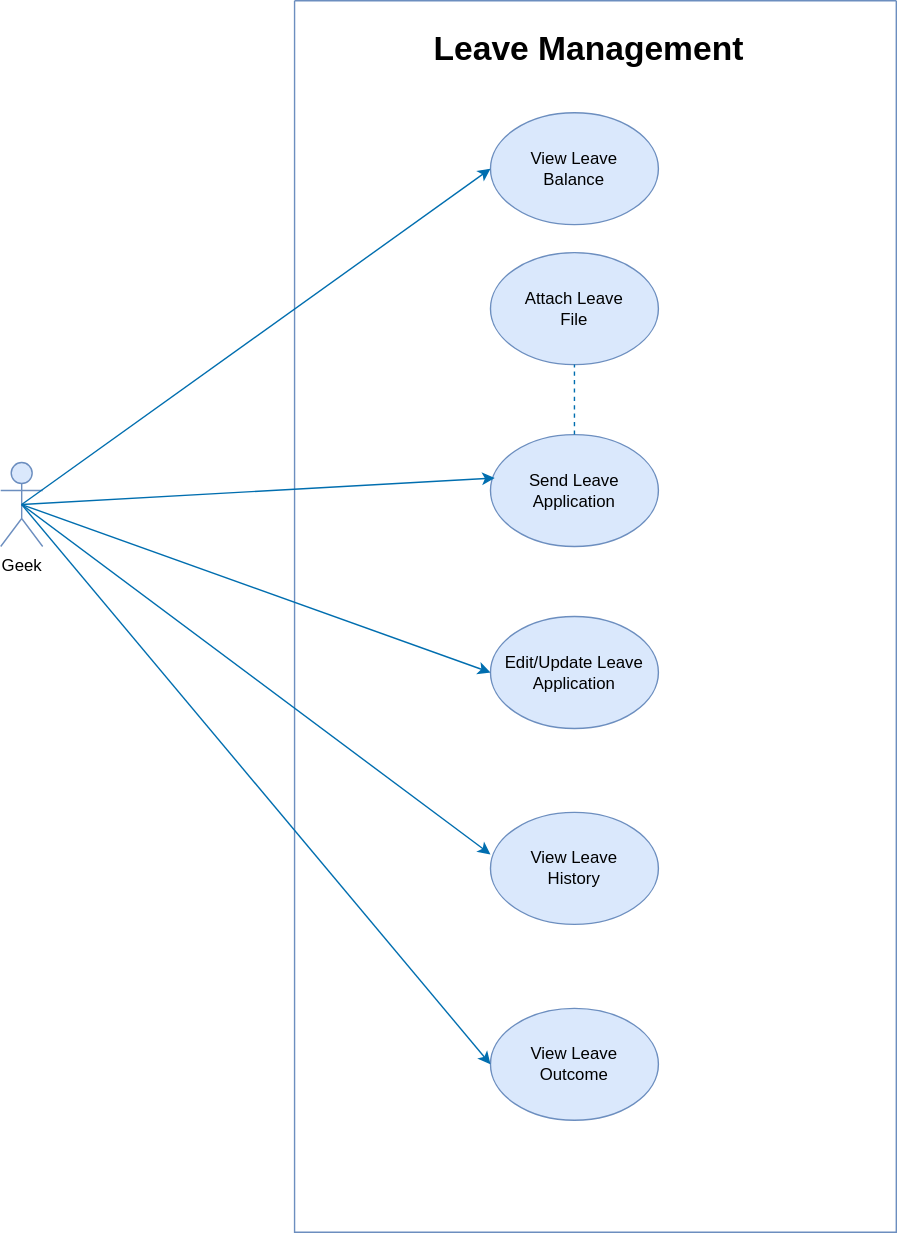
This is UseCase/Leave-Management.drawio.svg from tshegofatso-motlhakane/LeaveManagement--Documentation, a draw.io export, as it was before one commit. Source tidied: cells renumbered, new cells last; positions are measured from the earlier drawing's top-left corner, leaving out a move shared by most shapes.
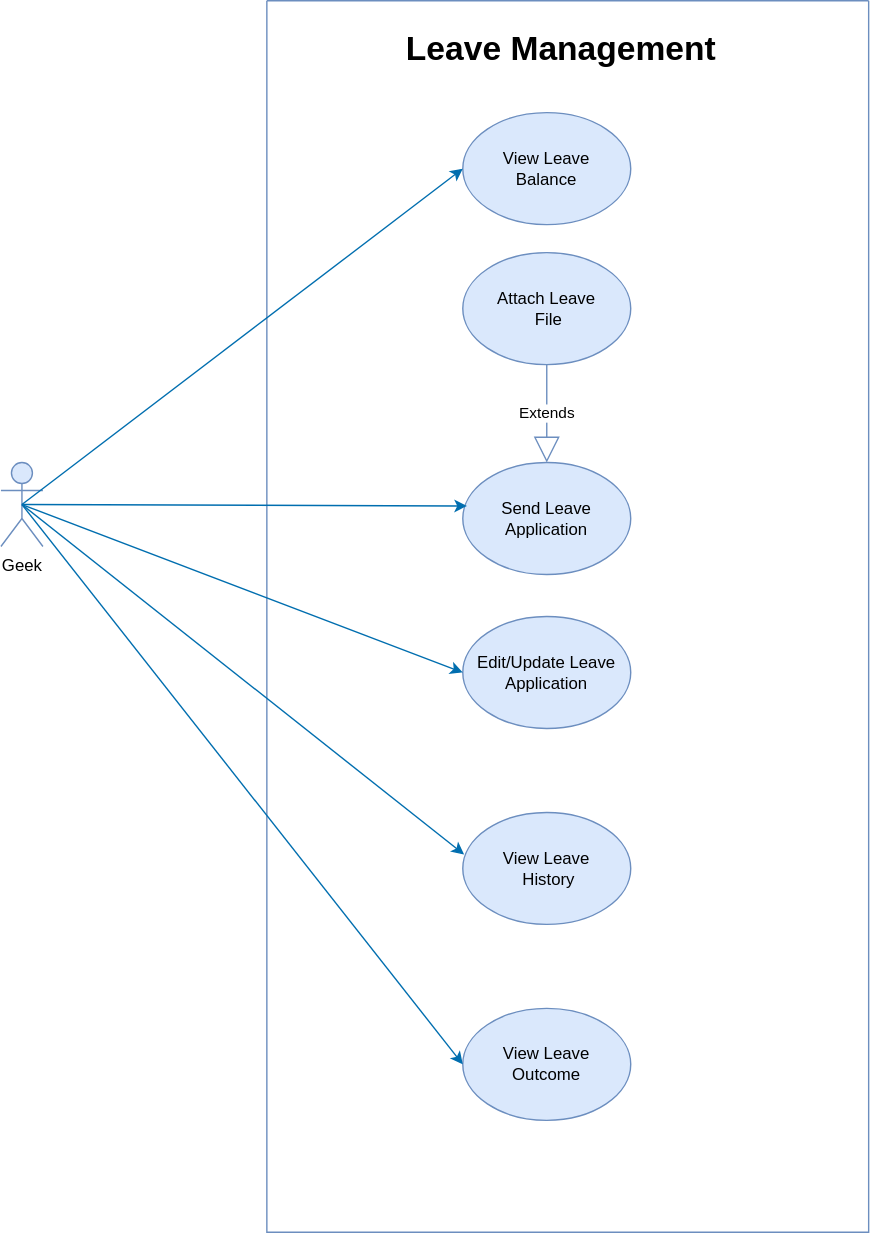
Later version of the same file.

Diff of the diagram source:
```diff
@@ -3,10 +3,10 @@
     <mxCell id="0" />
     <mxCell id="1" parent="0" />
     <mxCell id="2" style="swimlane;startSize=0;fillColor=#dae8fc;strokeColor=#6c8ebf;" parent="1" vertex="1">
-      <mxGeometry x="210" width="430" height="880" as="geometry" />
+      <mxGeometry x="190" width="430" height="880" as="geometry" />
     </mxCell>
     <mxCell id="3" value="Send Leave Application" style="ellipse;whiteSpace=wrap;html=1;fillColor=#dae8fc;strokeColor=#6c8ebf;" parent="2" vertex="1">
-      <mxGeometry x="140" y="310" width="120" height="80" as="geometry" />
+      <mxGeometry x="140" y="330" width="120" height="80" as="geometry" />
     </mxCell>
     <mxCell id="4" value="View Leave &lt;br&gt;Balance" style="ellipse;whiteSpace=wrap;html=1;fillColor=#dae8fc;strokeColor=#6c8ebf;" parent="2" vertex="1">
       <mxGeometry x="140" y="80" width="120" height="80" as="geometry" />
@@ -26,9 +26,9 @@
     <mxCell id="9" value="&lt;h1&gt;&lt;b&gt;Leave Management&lt;/b&gt;&lt;/h1&gt;" style="text;html=1;align=center;verticalAlign=middle;" parent="2" vertex="1">
       <mxGeometry x="90" width="240" height="70" as="geometry" />
     </mxCell>
-    <mxCell id="10" style="endArrow=none;dashed=1;html=1;fillColor=#1ba1e2;strokeColor=#006EAF;entryX=0.5;entryY=1;entryDx=0;entryDy=0;entryPerimeter=0;exitX=0.5;exitY=0;exitDx=0;exitDy=0;" parent="2" edge="1" source="3" target="6">
-      <mxGeometry relative="1" as="geometry" />
-    </mxCell>
+    <mxCell id="17" value="Extends" style="endArrow=block;endSize=16;endFill=0;html=1;rounded=0;exitX=0.5;exitY=1;exitDx=0;exitDy=0;entryX=0.5;entryY=0;entryDx=0;entryDy=0;fillColor=#dae8fc;strokeColor=#6c8ebf;" parent="2" edge="1" source="6" target="3">
+      <mxGeometry relative="1" as="geometry" />
+    </mxCell>
     <mxCell id="11" value="Geek" style="shape=umlActor;verticalLabelPosition=bottom;verticalAlign=top;html=1;outlineConnect=0;fillColor=#dae8fc;strokeColor=#6c8ebf;" parent="1" vertex="1">
       <mxGeometry y="330" width="30" height="60" as="geometry" />
     </mxCell>
@@ -41,10 +41,8 @@
     <mxCell id="14" style="endArrow=classic;html=1;exitX=0.5;exitY=0.5;exitDx=0;exitDy=0;exitPerimeter=0;entryX=0;entryY=0.5;entryDx=0;entryDy=0;fillColor=#1ba1e2;strokeColor=#006EAF;" parent="1" edge="1" source="11" target="5">
       <mxGeometry relative="1" as="geometry" />
     </mxCell>
-    <mxCell id="15" style="endArrow=classic;html=1;exitX=0.5;exitY=0.5;exitDx=0;exitDy=0;exitPerimeter=0;fillColor=#1ba1e2;strokeColor=#006EAF;" parent="1" edge="1" source="11">
-      <mxGeometry relative="1" as="geometry">
-        <mxPoint x="350" y="610" as="targetPoint" />
-      </mxGeometry>
+    <mxCell id="15" style="endArrow=classic;html=1;exitX=0.5;exitY=0.5;exitDx=0;exitDy=0;exitPerimeter=0;fillColor=#1ba1e2;strokeColor=#006EAF;entryX=0.008;entryY=0.376;entryDx=0;entryDy=0;entryPerimeter=0;" parent="1" edge="1" source="11" target="7">
+      <mxGeometry relative="1" as="geometry" />
     </mxCell>
     <mxCell id="16" style="endArrow=classic;html=1;exitX=0.5;exitY=0.5;exitDx=0;exitDy=0;exitPerimeter=0;entryX=0;entryY=0.5;entryDx=0;entryDy=0;fillColor=#1ba1e2;strokeColor=#006EAF;" parent="1" edge="1" source="11" target="8">
       <mxGeometry relative="1" as="geometry" />
```
